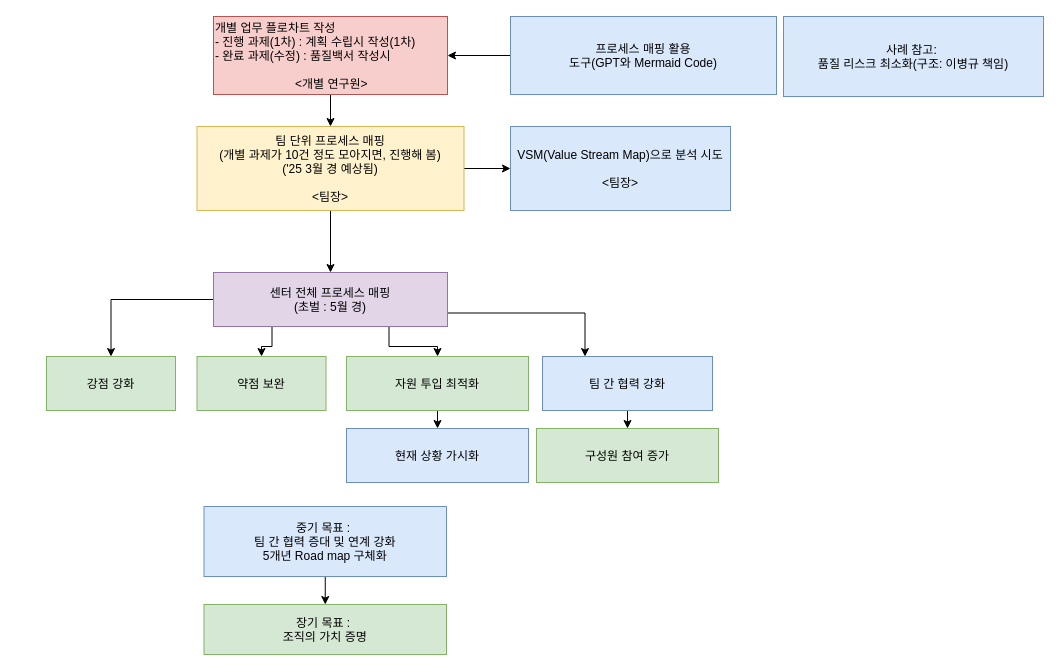
The draw.io diagram 조직 관리.drawio in kim-sunghoon74/colab01_LLM, before the edit. Source tidied: cells renumbered, new cells numbered last; positions are measured from the earlier drawing's top-left corner, leaving out a move shared by most shapes. Both pictures are drawn from the tidied source at 100%, with x=0, y=0 at pixel (46, 16).
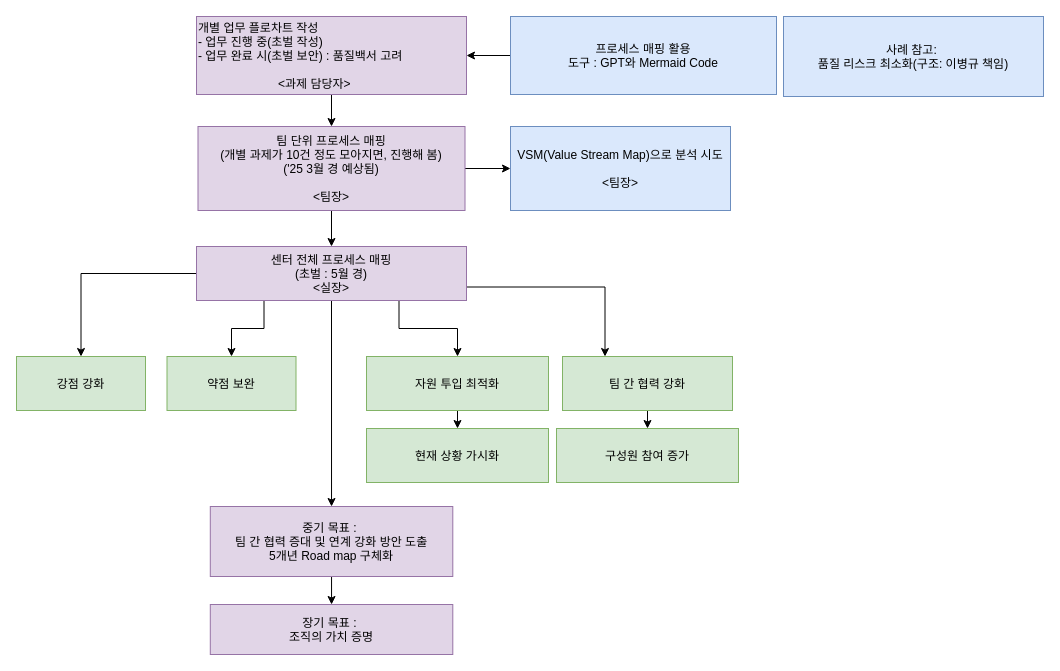
Above is the later version.

Commit message:
조직 관리.drawio 업데이트

The edit, as a diff of the source:
```diff
@@
-    <mxCell id="3" value="프로세스 매핑 활용&#10;도구(GPT와 Mermaid Code)" style="fillColor=#dae8fc;strokeColor=#6c8ebf;" parent="1" vertex="1">
+    <mxCell id="3" value="프로세스 매핑 활용&#10;도구 : GPT와 Mermaid Code" style="fillColor=#dae8fc;strokeColor=#6c8ebf;" parent="1" vertex="1">
       <mxGeometry x="464" width="266" height="78" as="geometry" />
     </mxCell>
@@
-    <mxCell id="5" value="개별 업무 플로차트 작성&#10;- 진행 과제(1차) : 계획 수립시 작성(1차)&#10;- 완료 과제(수정) : 품질백서 작성시&#10;&#10;                        &lt;개별 연구원&gt;" style="fillColor=#f8cecc;strokeColor=#b85450;align=left;" parent="1" vertex="1">
-      <mxGeometry x="167" width="234" height="78" as="geometry" />
+    <mxCell id="5" value="개별 업무 플로차트 작성&#10;- 업무 진행 중(초벌 작성)&#10;- 업무 완료 시(초벌 보안) : 품질백서 고려&#10;&#10;                        &lt;과제 담당자&gt;" style="fillColor=#e1d5e7;strokeColor=#9673a6;align=left;" parent="1" vertex="1">
+      <mxGeometry x="150" width="270" height="78" as="geometry" />
     </mxCell>
@@
-    <mxCell id="8" value="팀 단위 프로세스 매핑&#10;(개별 과제가 10건 정도 모아지면, 진행해 봄)&#10;('25 3월 경 예상됨)&#10;&#10;&lt;팀장&gt;" style="fillColor=#fff2cc;strokeColor=#d6b656;" parent="1" vertex="1">
-      <mxGeometry x="150.5" y="110" width="267" height="84" as="geometry" />
+    <mxCell id="8" value="팀 단위 프로세스 매핑&#10;(개별 과제가 10건 정도 모아지면, 진행해 봄)&#10;('25 3월 경 예상됨)&#10;&#10;&lt;팀장&gt;" style="fillColor=#e1d5e7;strokeColor=#9673a6;" parent="1" vertex="1">
+      <mxGeometry x="151.5" y="110" width="267" height="84" as="geometry" />
     </mxCell>
@@
+    <mxCell id="27" style="edgeStyle=none;rounded=0;jettySize=auto;html=1;exitX=0.5;exitY=1;exitDx=0;exitDy=0;" parent="1" edge="1" source="13" target="25">
+      <mxGeometry relative="1" as="geometry" />
+    </mxCell>
-    <mxCell id="13" value="센터 전체 프로세스 매핑&#10;(초벌 : 5월 경)" style="fillColor=#e1d5e7;strokeColor=#9673a6;" parent="1" vertex="1">
-      <mxGeometry x="167" y="256" width="234" height="54" as="geometry" />
+    <mxCell id="13" value="센터 전체 프로세스 매핑&#10;(초벌 : 5월 경)&#10;&lt;실장&gt;" style="fillColor=#e1d5e7;strokeColor=#9673a6;" parent="1" vertex="1">
+      <mxGeometry x="150" y="230" width="270" height="54" as="geometry" />
     </mxCell>
     <mxCell id="14" value="강점 강화" style="fillColor=#d5e8d4;strokeColor=#82b366;" parent="1" vertex="1">
-      <mxGeometry y="340" width="129" height="54" as="geometry" />
+      <mxGeometry x="-30" y="340" width="129" height="54" as="geometry" />
     </mxCell>
     <mxCell id="15" value="약점 보완" style="fillColor=#d5e8d4;strokeColor=#82b366;" parent="1" vertex="1">
-      <mxGeometry x="150.5" y="340" width="129" height="54" as="geometry" />
+      <mxGeometry x="120.5" y="340" width="129" height="54" as="geometry" />
     </mxCell>
@@
     <mxCell id="17" value="자원 투입 최적화" style="fillColor=#d5e8d4;strokeColor=#82b366;" parent="1" vertex="1">
-      <mxGeometry x="300" y="340" width="182" height="54" as="geometry" />
+      <mxGeometry x="320" y="340" width="182" height="54" as="geometry" />
     </mxCell>
@@
-    <mxCell id="19" value="팀 간 협력 강화" style="fillColor=#dae8fc;strokeColor=#6c8ebf;" parent="1" vertex="1">
-      <mxGeometry x="496" y="340" width="170" height="54" as="geometry" />
+    <mxCell id="19" value="팀 간 협력 강화" style="fillColor=#d5e8d4;strokeColor=#82b366;" parent="1" vertex="1">
+      <mxGeometry x="516" y="340" width="170" height="54" as="geometry" />
     </mxCell>
@@
-    <mxCell id="22" value="현재 상황 가시화" style="fillColor=#dae8fc;strokeColor=#6c8ebf;" parent="1" vertex="1">
-      <mxGeometry x="300" y="412" width="182" height="54" as="geometry" />
+    <mxCell id="22" value="현재 상황 가시화" style="fillColor=#d5e8d4;strokeColor=#82b366;" parent="1" vertex="1">
+      <mxGeometry x="320" y="412" width="182" height="54" as="geometry" />
     </mxCell>
     <mxCell id="23" value="구성원 참여 증가" style="fillColor=#d5e8d4;strokeColor=#82b366;" parent="1" vertex="1">
-      <mxGeometry x="490" y="412" width="182" height="54" as="geometry" />
+      <mxGeometry x="510" y="412" width="182" height="54" as="geometry" />
     </mxCell>
@@
-    <mxCell id="25" value="중기 목표 : &#10;팀 간 협력 증대 및 연계 강화&#10;5개년 Road map 구체화" style="fillColor=#dae8fc;strokeColor=#6c8ebf;" parent="1" vertex="1">
-      <mxGeometry x="157.5" y="490" width="242.5" height="70" as="geometry" />
+    <mxCell id="25" value="중기 목표 : &#10;팀 간 협력 증대 및 연계 강화 방안 도출&#10;5개년 Road map 구체화" style="fillColor=#e1d5e7;strokeColor=#9673a6;" parent="1" vertex="1">
+      <mxGeometry x="163.8" y="490" width="242.5" height="70" as="geometry" />
     </mxCell>
-    <mxCell id="26" value="장기 목표 : &#10;조직의 가치 증명" style="fillColor=#d5e8d4;strokeColor=#82b366;" parent="1" vertex="1">
-      <mxGeometry x="157.5" y="588" width="242.5" height="50" as="geometry" />
+    <mxCell id="26" value="장기 목표 : &#10;조직의 가치 증명" style="fillColor=#e1d5e7;strokeColor=#9673a6;" parent="1" vertex="1">
+      <mxGeometry x="163.8" y="588" width="242.5" height="50" as="geometry" />
     </mxCell>
```
